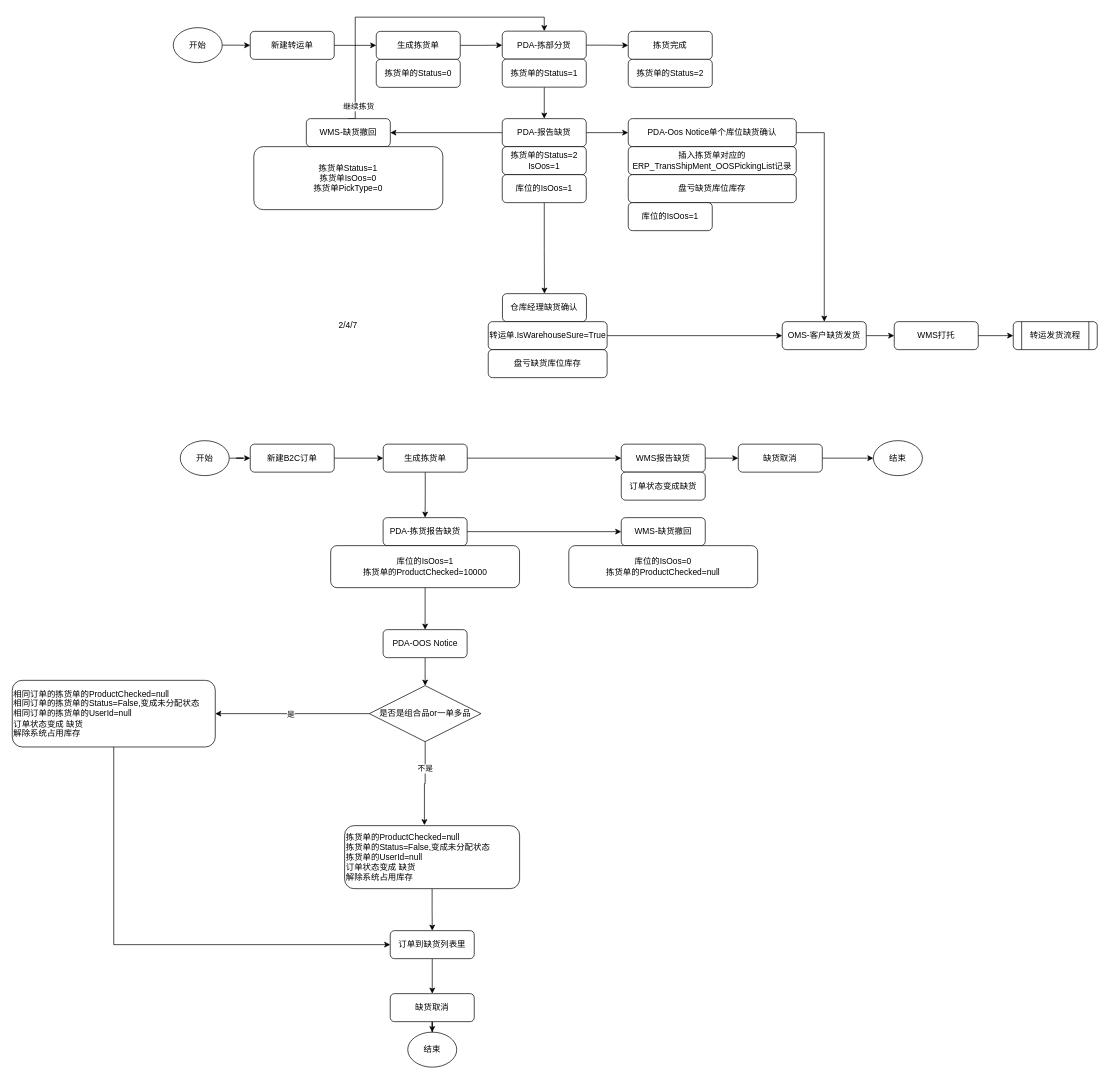
OJBK123/Draws keeps this draw.io diagram as 转运流程.drawio. Above is the earlier version. Source tidied: cells renumbered, new cells numbered last; positions are measured from the earlier drawing's top-left corner, leaving out a move shared by most shapes. Both pictures are drawn from the tidied source at 70%, with x=0, y=0 at pixel (12, 17).
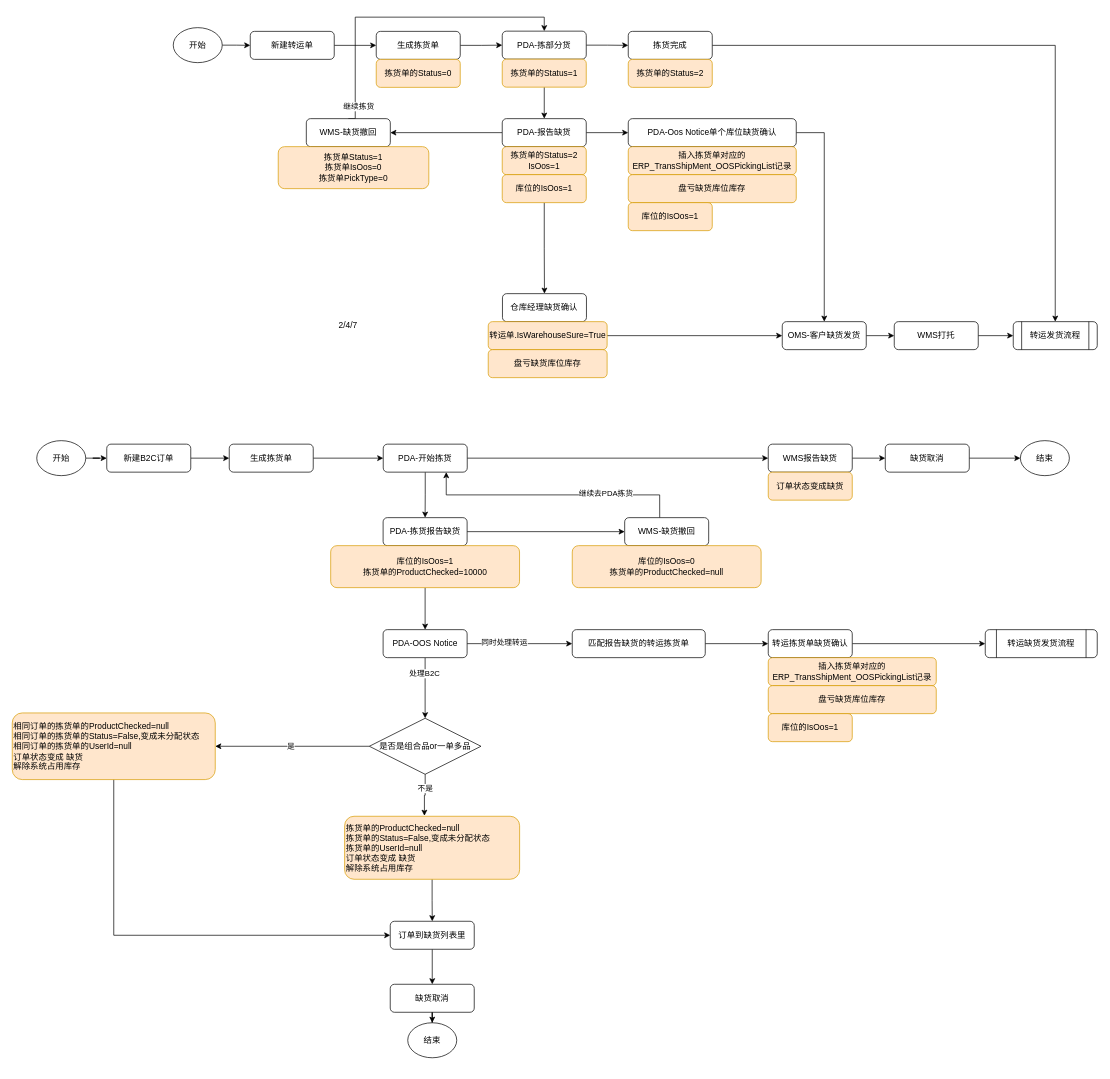
The same diagram, later.

Commit message (it also covers changes not shown here):
更新转运流程.drawio

Unchanged cells that the change refers to:
```xml
<mxCell id="13" value="拣货完成" style="rounded=1;whiteSpace=wrap;html=1;fontSize=12;glass=0;strokeWidth=1;shadow=0;" parent="1" vertex="1">
  <mxGeometry x="880" y="20.3" width="120" height="40" as="geometry" />
</mxCell>
<mxCell id="48" value="转运发货流程" style="rounded=1;whiteSpace=wrap;html=1;fontSize=12;glass=0;strokeWidth=1;shadow=0;shape=process;backgroundOutline=1;" parent="1" vertex="1">
  <mxGeometry x="1430" y="435" width="120" height="40" as="geometry" />
</mxCell>
<mxCell id="56" value="PDA-OOS Notice" style="rounded=1;whiteSpace=wrap;html=1;fontSize=12;glass=0;strokeWidth=1;shadow=0;" parent="1" vertex="1">
  <mxGeometry x="529.8" y="875" width="120" height="40" as="geometry" />
</mxCell>
```

The edit, as a diff of the source:
```diff
@@
-    <mxCell id="8" value="拣货单的Status=0" style="rounded=1;whiteSpace=wrap;html=1;fontSize=12;glass=0;strokeWidth=1;shadow=0;" parent="1" vertex="1">
+    <mxCell id="8" value="拣货单的Status=0" style="rounded=1;whiteSpace=wrap;html=1;fontSize=12;glass=0;strokeWidth=1;shadow=0;fillColor=#ffe6cc;strokeColor=#d79b00;" parent="1" vertex="1">
       <mxGeometry x="520" y="60.3" width="120" height="40" as="geometry" />
     </mxCell>
@@
-    <mxCell id="12" value="拣货单的Status=1" style="rounded=1;whiteSpace=wrap;html=1;fontSize=12;glass=0;strokeWidth=1;shadow=0;" parent="1" vertex="1">
+    <mxCell id="12" value="拣货单的Status=1" style="rounded=1;whiteSpace=wrap;html=1;fontSize=12;glass=0;strokeWidth=1;shadow=0;fillColor=#ffe6cc;strokeColor=#d79b00;" parent="1" vertex="1">
       <mxGeometry x="700" y="60" width="120" height="40" as="geometry" />
     </mxCell>
+    <mxCell id="75" style="edgeStyle=orthogonalEdgeStyle;rounded=0;jettySize=auto;html=1;entryX=0.5;entryY=0;entryDx=0;entryDy=0;" parent="1" edge="1" source="13" target="48">
+      <mxGeometry relative="1" as="geometry" />
+    </mxCell>
@@
-    <mxCell id="14" value="拣货单的Status=2" style="rounded=1;whiteSpace=wrap;html=1;fontSize=12;glass=0;strokeWidth=1;shadow=0;" parent="1" vertex="1">
+    <mxCell id="14" value="拣货单的Status=2" style="rounded=1;whiteSpace=wrap;html=1;fontSize=12;glass=0;strokeWidth=1;shadow=0;fillColor=#ffe6cc;strokeColor=#d79b00;" parent="1" vertex="1">
       <mxGeometry x="880" y="60.3" width="120" height="40" as="geometry" />
     </mxCell>
@@
-    <mxCell id="19" value="拣货单的Status=2&lt;div&gt;IsOos=1&lt;/div&gt;" style="rounded=1;whiteSpace=wrap;html=1;fontSize=12;glass=0;strokeWidth=1;shadow=0;" parent="1" vertex="1">
+    <mxCell id="19" value="拣货单的Status=2&lt;div&gt;IsOos=1&lt;/div&gt;" style="rounded=1;whiteSpace=wrap;html=1;fontSize=12;glass=0;strokeWidth=1;shadow=0;fillColor=#ffe6cc;strokeColor=#d79b00;" parent="1" vertex="1">
       <mxGeometry x="700" y="185" width="120" height="40" as="geometry" />
     </mxCell>
@@
-    <mxCell id="23" value="转运单.IsWarehouseSure=True" style="rounded=1;whiteSpace=wrap;html=1;fontSize=12;glass=0;strokeWidth=1;shadow=0;" parent="1" vertex="1">
+    <mxCell id="23" value="转运单.IsWarehouseSure=True" style="rounded=1;whiteSpace=wrap;html=1;fontSize=12;glass=0;strokeWidth=1;shadow=0;fillColor=#ffe6cc;strokeColor=#d79b00;" parent="1" vertex="1">
       <mxGeometry x="680" y="435" width="169.8" height="40" as="geometry" />
     </mxCell>
@@
-    <mxCell id="26" value="插入拣货单对应的ERP_TransShipMent_OOSPickingList记录" style="rounded=1;whiteSpace=wrap;html=1;fontSize=12;glass=0;strokeWidth=1;shadow=0;" parent="1" vertex="1">
+    <mxCell id="26" value="插入拣货单对应的ERP_TransShipMent_OOSPickingList记录" style="rounded=1;whiteSpace=wrap;html=1;fontSize=12;glass=0;strokeWidth=1;shadow=0;fillColor=#ffe6cc;strokeColor=#d79b00;" parent="1" vertex="1">
       <mxGeometry x="880" y="185" width="240" height="40" as="geometry" />
     </mxCell>
@@
     <mxCell id="28" value="开始" style="ellipse;whiteSpace=wrap;html=1;" parent="1" vertex="1">
-      <mxGeometry x="240" y="605" width="70" height="50" as="geometry" />
+      <mxGeometry x="35" y="605" width="70" height="50" as="geometry" />
     </mxCell>
-    <mxCell id="29" style="edgeStyle=orthogonalEdgeStyle;rounded=0;jettySize=auto;html=1;exitX=1;exitY=0.5;exitDx=0;exitDy=0;" parent="1" edge="1" source="30" target="33">
+    <mxCell id="29" style="edgeStyle=orthogonalEdgeStyle;rounded=0;jettySize=auto;html=1;exitX=1;exitY=0.5;exitDx=0;exitDy=0;" parent="1" edge="1" source="30" target="82">
       <mxGeometry relative="1" as="geometry" />
     </mxCell>
     <mxCell id="30" value="新建B2C订单" style="rounded=1;whiteSpace=wrap;html=1;fontSize=12;glass=0;strokeWidth=1;shadow=0;" parent="1" vertex="1">
-      <mxGeometry x="340" y="610" width="120" height="40" as="geometry" />
+      <mxGeometry x="135" y="610" width="120" height="40" as="geometry" />
     </mxCell>
@@
-    <mxCell id="33" value="生成拣货单" style="rounded=1;whiteSpace=wrap;html=1;fontSize=12;glass=0;strokeWidth=1;shadow=0;" parent="1" vertex="1">
+    <mxCell id="33" value="PDA-开始拣货" style="rounded=1;whiteSpace=wrap;html=1;fontSize=12;glass=0;strokeWidth=1;shadow=0;" parent="1" vertex="1">
       <mxGeometry x="530" y="610" width="120" height="40" as="geometry" />
     </mxCell>
@@
     <mxCell id="35" value="WMS报告缺货" style="rounded=1;whiteSpace=wrap;html=1;fontSize=12;glass=0;strokeWidth=1;shadow=0;" parent="1" vertex="1">
-      <mxGeometry x="870" y="610" width="120" height="40" as="geometry" />
+      <mxGeometry x="1080" y="610" width="120" height="40" as="geometry" />
     </mxCell>
-    <mxCell id="36" value="订单状态变成缺货" style="rounded=1;whiteSpace=wrap;html=1;fontSize=12;glass=0;strokeWidth=1;shadow=0;" parent="1" vertex="1">
-      <mxGeometry x="870" y="650" width="120" height="40" as="geometry" />
+    <mxCell id="36" value="订单状态变成缺货" style="rounded=1;whiteSpace=wrap;html=1;fontSize=12;glass=0;strokeWidth=1;shadow=0;fillColor=#ffe6cc;strokeColor=#d79b00;" parent="1" vertex="1">
+      <mxGeometry x="1080" y="650" width="120" height="40" as="geometry" />
     </mxCell>
@@
     <mxCell id="38" value="缺货取消" style="rounded=1;whiteSpace=wrap;html=1;fontSize=12;glass=0;strokeWidth=1;shadow=0;" parent="1" vertex="1">
-      <mxGeometry x="1037.2" y="610" width="120" height="40" as="geometry" />
+      <mxGeometry x="1247.2" y="610" width="120" height="40" as="geometry" />
     </mxCell>
     <mxCell id="39" value="结束" style="ellipse;whiteSpace=wrap;html=1;" parent="1" vertex="1">
-      <mxGeometry x="1230.2" y="605" width="70" height="50" as="geometry" />
+      <mxGeometry x="1440.2" y="605" width="70" height="50" as="geometry" />
     </mxCell>
@@
-    <mxCell id="44" value="盘亏缺货库位库存" style="rounded=1;whiteSpace=wrap;html=1;fontSize=12;glass=0;strokeWidth=1;shadow=0;" parent="1" vertex="1">
+    <mxCell id="44" value="盘亏缺货库位库存" style="rounded=1;whiteSpace=wrap;html=1;fontSize=12;glass=0;strokeWidth=1;shadow=0;fillColor=#ffe6cc;strokeColor=#d79b00;" parent="1" vertex="1">
       <mxGeometry x="680" y="475" width="169.8" height="40" as="geometry" />
     </mxCell>
-    <mxCell id="45" value="盘亏缺货库位库存" style="rounded=1;whiteSpace=wrap;html=1;fontSize=12;glass=0;strokeWidth=1;shadow=0;" parent="1" vertex="1">
+    <mxCell id="45" value="盘亏缺货库位库存" style="rounded=1;whiteSpace=wrap;html=1;fontSize=12;glass=0;strokeWidth=1;shadow=0;fillColor=#ffe6cc;strokeColor=#d79b00;" parent="1" vertex="1">
       <mxGeometry x="880" y="225" width="240" height="40" as="geometry" />
     </mxCell>
@@
-    <mxCell id="49" value="库位的IsOos=1" style="rounded=1;whiteSpace=wrap;html=1;fontSize=12;glass=0;strokeWidth=1;shadow=0;" parent="1" vertex="1">
+    <mxCell id="49" value="库位的IsOos=1" style="rounded=1;whiteSpace=wrap;html=1;fontSize=12;glass=0;strokeWidth=1;shadow=0;fillColor=#ffe6cc;strokeColor=#d79b00;" parent="1" vertex="1">
       <mxGeometry x="700" y="225" width="120" height="40" as="geometry" />
     </mxCell>
-    <mxCell id="50" value="库位的IsOos=1" style="rounded=1;whiteSpace=wrap;html=1;fontSize=12;glass=0;strokeWidth=1;shadow=0;" parent="1" vertex="1">
+    <mxCell id="50" value="库位的IsOos=1" style="rounded=1;whiteSpace=wrap;html=1;fontSize=12;glass=0;strokeWidth=1;shadow=0;fillColor=#ffe6cc;strokeColor=#d79b00;" parent="1" vertex="1">
       <mxGeometry x="880" y="265" width="120" height="40" as="geometry" />
     </mxCell>
@@
-    <mxCell id="52" value="库位的IsOos=1&lt;div&gt;拣货单的ProductChecked=10000&lt;br&gt;&lt;/div&gt;" style="rounded=1;whiteSpace=wrap;html=1;fontSize=12;glass=0;strokeWidth=1;shadow=0;" parent="1" vertex="1">
+    <mxCell id="52" value="库位的IsOos=1&lt;div&gt;拣货单的ProductChecked=10000&lt;br&gt;&lt;/div&gt;" style="rounded=1;whiteSpace=wrap;html=1;fontSize=12;glass=0;strokeWidth=1;shadow=0;fillColor=#ffe6cc;strokeColor=#d79b00;" parent="1" vertex="1">
       <mxGeometry x="454.9" y="755" width="269.8" height="60" as="geometry" />
     </mxCell>
@@
-    <mxCell id="54" value="拣货单的ProductChecked=null&lt;div&gt;拣货单的Status=False,变成未分配状态&lt;/div&gt;&lt;div&gt;拣货单的UserId=null&lt;/div&gt;&lt;div&gt;订单状态变成 缺货&amp;nbsp;&lt;/div&gt;&lt;div&gt;解除系统占用库存&lt;/div&gt;" style="rounded=1;whiteSpace=wrap;html=1;fontSize=12;glass=0;strokeWidth=1;shadow=0;align=left;" parent="1" vertex="1">
-      <mxGeometry x="474.8" y="1155" width="250" height="90" as="geometry" />
+    <mxCell id="54" value="拣货单的ProductChecked=null&lt;div&gt;拣货单的Status=False,变成未分配状态&lt;/div&gt;&lt;div&gt;拣货单的UserId=null&lt;/div&gt;&lt;div&gt;订单状态变成 缺货&amp;nbsp;&lt;/div&gt;&lt;div&gt;解除系统占用库存&lt;/div&gt;" style="rounded=1;whiteSpace=wrap;html=1;fontSize=12;glass=0;strokeWidth=1;shadow=0;align=left;fillColor=#ffe6cc;strokeColor=#d79b00;" parent="1" vertex="1">
+      <mxGeometry x="474.8" y="1141.6" width="250" height="90" as="geometry" />
     </mxCell>
+    <mxCell id="76" style="edgeStyle=orthogonalEdgeStyle;rounded=0;jettySize=auto;html=1;exitX=1;exitY=0.5;exitDx=0;exitDy=0;" parent="1" edge="1" source="56" target="84">
+      <mxGeometry relative="1" as="geometry" />
+    </mxCell>
+    <mxCell id="77" value="同时处理转运" style="edgeLabel;html=1;align=center;verticalAlign=middle;" parent="76" vertex="1">
+      <mxGeometry x="-0.28" y="3" relative="1" as="geometry">
+        <mxPoint x="-1" as="offset" />
+      </mxGeometry>
+    </mxCell>
-    <mxCell id="55" style="edgeStyle=orthogonalEdgeStyle;rounded=0;jettySize=auto;html=1;exitX=0.5;exitY=1;exitDx=0;exitDy=0;" parent="1" edge="1" source="56" target="59">
+    <mxCell id="55" style="edgeStyle=orthogonalEdgeStyle;rounded=0;jettySize=auto;html=1;exitX=0.5;exitY=1;exitDx=0;exitDy=0;entryX=0.5;entryY=0;entryDx=0;entryDy=0;" parent="1" edge="1" source="56" target="59">
       <mxGeometry relative="1" as="geometry" />
     </mxCell>
+    <mxCell id="78" value="处理B2C" style="edgeLabel;html=1;align=center;verticalAlign=middle;" parent="55" vertex="1">
+      <mxGeometry x="-0.5" y="-1" relative="1" as="geometry" />
+    </mxCell>
@@
     <mxCell id="59" value="是否是组合品or一单多品" style="rhombus;whiteSpace=wrap;html=1;" parent="1" vertex="1">
-      <mxGeometry x="510.1" y="955" width="159.5" height="80" as="geometry" />
+      <mxGeometry x="510.1" y="1001.6" width="159.5" height="80" as="geometry" />
     </mxCell>
@@
-    <mxCell id="63" value="相同订单的拣货单的ProductChecked=null&lt;br&gt;&lt;div&gt;&lt;span style=&quot;background-color: transparent;&quot;&gt;相同订单的&lt;/span&gt;拣货单的Status=False,变成未分配状态&lt;/div&gt;&lt;div&gt;&lt;span style=&quot;background-color: transparent;&quot;&gt;相同订单的&lt;/span&gt;拣货单的UserId=null&lt;/div&gt;&lt;div&gt;订单状态变成 缺货&amp;nbsp;&lt;/div&gt;&lt;div&gt;解除系统占用库存&lt;/div&gt;" style="rounded=1;whiteSpace=wrap;html=1;fontSize=12;glass=0;strokeWidth=1;shadow=0;align=left;" parent="1" vertex="1">
-      <mxGeometry y="947.4" width="290" height="95.2" as="geometry" />
+    <mxCell id="63" value="相同订单的拣货单的ProductChecked=null&lt;br&gt;&lt;div&gt;&lt;span style=&quot;background-color: transparent;&quot;&gt;相同订单的&lt;/span&gt;拣货单的Status=False,变成未分配状态&lt;/div&gt;&lt;div&gt;&lt;span style=&quot;background-color: transparent;&quot;&gt;相同订单的&lt;/span&gt;拣货单的UserId=null&lt;/div&gt;&lt;div&gt;订单状态变成 缺货&amp;nbsp;&lt;/div&gt;&lt;div&gt;解除系统占用库存&lt;/div&gt;" style="rounded=1;whiteSpace=wrap;html=1;fontSize=12;glass=0;strokeWidth=1;shadow=0;align=left;fillColor=#ffe6cc;strokeColor=#d79b00;" parent="1" vertex="1">
+      <mxGeometry y="994" width="290" height="95.2" as="geometry" />
     </mxCell>
@@
     <mxCell id="65" value="订单到缺货列表里" style="rounded=1;whiteSpace=wrap;html=1;fontSize=12;glass=0;strokeWidth=1;shadow=0;" parent="1" vertex="1">
-      <mxGeometry x="540" y="1305" width="120" height="40" as="geometry" />
+      <mxGeometry x="540" y="1291.6" width="120" height="40" as="geometry" />
     </mxCell>
@@
     <mxCell id="67" value="缺货取消" style="rounded=1;whiteSpace=wrap;html=1;fontSize=12;glass=0;strokeWidth=1;shadow=0;" parent="1" vertex="1">
-      <mxGeometry x="540" y="1395" width="120" height="40" as="geometry" />
+      <mxGeometry x="540" y="1381.6" width="120" height="40" as="geometry" />
     </mxCell>
     <mxCell id="68" value="结束" style="ellipse;whiteSpace=wrap;html=1;" parent="1" vertex="1">
-      <mxGeometry x="565" y="1450" width="70" height="50" as="geometry" />
+      <mxGeometry x="565" y="1436.6" width="70" height="50" as="geometry" />
     </mxCell>
+    <mxCell id="79" style="edgeStyle=orthogonalEdgeStyle;rounded=0;jettySize=auto;html=1;exitX=0.417;exitY=0;exitDx=0;exitDy=0;entryX=0.75;entryY=1;entryDx=0;entryDy=0;exitPerimeter=0;" parent="1" edge="1" source="69" target="33">
+      <mxGeometry relative="1" as="geometry" />
+    </mxCell>
+    <mxCell id="80" value="继续去PDA拣货" style="edgeLabel;html=1;align=center;verticalAlign=middle;" parent="79" vertex="1">
+      <mxGeometry x="-0.41" y="-3" relative="1" as="geometry">
+        <mxPoint x="-1" as="offset" />
+      </mxGeometry>
+    </mxCell>
     <mxCell id="69" value="WMS-缺货撤回" style="rounded=1;whiteSpace=wrap;html=1;fontSize=12;glass=0;strokeWidth=1;shadow=0;" parent="1" vertex="1">
-      <mxGeometry x="870" y="715" width="120" height="40" as="geometry" />
+      <mxGeometry x="874.9" y="715" width="120" height="40" as="geometry" />
     </mxCell>
-    <mxCell id="70" value="库位的IsOos=0&lt;div&gt;拣货单的ProductChecked=null&lt;br&gt;&lt;/div&gt;" style="rounded=1;whiteSpace=wrap;html=1;fontSize=12;glass=0;strokeWidth=1;shadow=0;" parent="1" vertex="1">
-      <mxGeometry x="795.1" y="755" width="269.8" height="60" as="geometry" />
+    <mxCell id="70" value="库位的IsOos=0&lt;div&gt;拣货单的ProductChecked=null&lt;br&gt;&lt;/div&gt;" style="rounded=1;whiteSpace=wrap;html=1;fontSize=12;glass=0;strokeWidth=1;shadow=0;fillColor=#ffe6cc;strokeColor=#d79b00;" parent="1" vertex="1">
+      <mxGeometry x="800" y="755" width="269.8" height="60" as="geometry" />
     </mxCell>
@@
-    <mxCell id="74" value="拣货单Status=1&lt;div&gt;拣货单IsOos=0&lt;/div&gt;&lt;div&gt;拣货单PickType=0&lt;/div&gt;" style="rounded=1;whiteSpace=wrap;html=1;fontSize=12;glass=0;strokeWidth=1;shadow=0;" parent="1" vertex="1">
-      <mxGeometry x="345.1" y="185" width="270" height="90" as="geometry" />
+    <mxCell id="74" value="拣货单Status=1&lt;div&gt;拣货单IsOos=0&lt;/div&gt;&lt;div&gt;拣货单PickType=0&lt;/div&gt;" style="rounded=1;whiteSpace=wrap;html=1;fontSize=12;glass=0;strokeWidth=1;shadow=0;fillColor=#ffe6cc;strokeColor=#d79b00;" parent="1" vertex="1">
+      <mxGeometry x="380" y="185" width="215.1" height="60" as="geometry" />
     </mxCell>
+    <mxCell id="81" style="edgeStyle=orthogonalEdgeStyle;rounded=0;jettySize=auto;html=1;exitX=1;exitY=0.5;exitDx=0;exitDy=0;entryX=0;entryY=0.5;entryDx=0;entryDy=0;" parent="1" edge="1" source="82" target="33">
+      <mxGeometry relative="1" as="geometry" />
+    </mxCell>
+    <mxCell id="82" value="生成拣货单" style="rounded=1;whiteSpace=wrap;html=1;fontSize=12;glass=0;strokeWidth=1;shadow=0;" parent="1" vertex="1">
+      <mxGeometry x="310" y="610" width="120" height="40" as="geometry" />
+    </mxCell>
+    <mxCell id="83" style="edgeStyle=orthogonalEdgeStyle;rounded=0;jettySize=auto;html=1;exitX=1;exitY=0.5;exitDx=0;exitDy=0;" parent="1" edge="1" source="84" target="86">
+      <mxGeometry relative="1" as="geometry" />
+    </mxCell>
+    <mxCell id="84" value="匹配报告缺货的转运拣货单" style="rounded=1;whiteSpace=wrap;html=1;fontSize=12;glass=0;strokeWidth=1;shadow=0;" parent="1" vertex="1">
+      <mxGeometry x="800" y="875" width="190" height="40" as="geometry" />
+    </mxCell>
+    <mxCell id="85" style="edgeStyle=orthogonalEdgeStyle;rounded=0;jettySize=auto;html=1;exitX=1;exitY=0.5;exitDx=0;exitDy=0;" parent="1" edge="1" source="86" target="90">
+      <mxGeometry relative="1" as="geometry" />
+    </mxCell>
+    <mxCell id="86" value="转运拣货单缺货确认" style="rounded=1;whiteSpace=wrap;html=1;fontSize=12;glass=0;strokeWidth=1;shadow=0;" parent="1" vertex="1">
+      <mxGeometry x="1080" y="875" width="120" height="40" as="geometry" />
+    </mxCell>
+    <mxCell id="87" value="插入拣货单对应的ERP_TransShipMent_OOSPickingList记录" style="rounded=1;whiteSpace=wrap;html=1;fontSize=12;glass=0;strokeWidth=1;shadow=0;fillColor=#ffe6cc;strokeColor=#d79b00;" parent="1" vertex="1">
+      <mxGeometry x="1080" y="915" width="240" height="40" as="geometry" />
+    </mxCell>
+    <mxCell id="88" value="盘亏缺货库位库存" style="rounded=1;whiteSpace=wrap;html=1;fontSize=12;glass=0;strokeWidth=1;shadow=0;fillColor=#ffe6cc;strokeColor=#d79b00;" parent="1" vertex="1">
+      <mxGeometry x="1080" y="955" width="240" height="40" as="geometry" />
+    </mxCell>
+    <mxCell id="89" value="库位的IsOos=1" style="rounded=1;whiteSpace=wrap;html=1;fontSize=12;glass=0;strokeWidth=1;shadow=0;fillColor=#ffe6cc;strokeColor=#d79b00;" parent="1" vertex="1">
+      <mxGeometry x="1080" y="995" width="120" height="40" as="geometry" />
+    </mxCell>
+    <mxCell id="90" value="转运缺货发货流程" style="rounded=1;whiteSpace=wrap;html=1;fontSize=12;glass=0;strokeWidth=1;shadow=0;shape=process;backgroundOutline=1;" parent="1" vertex="1">
+      <mxGeometry x="1390" y="875" width="160" height="40" as="geometry" />
+    </mxCell>
```
